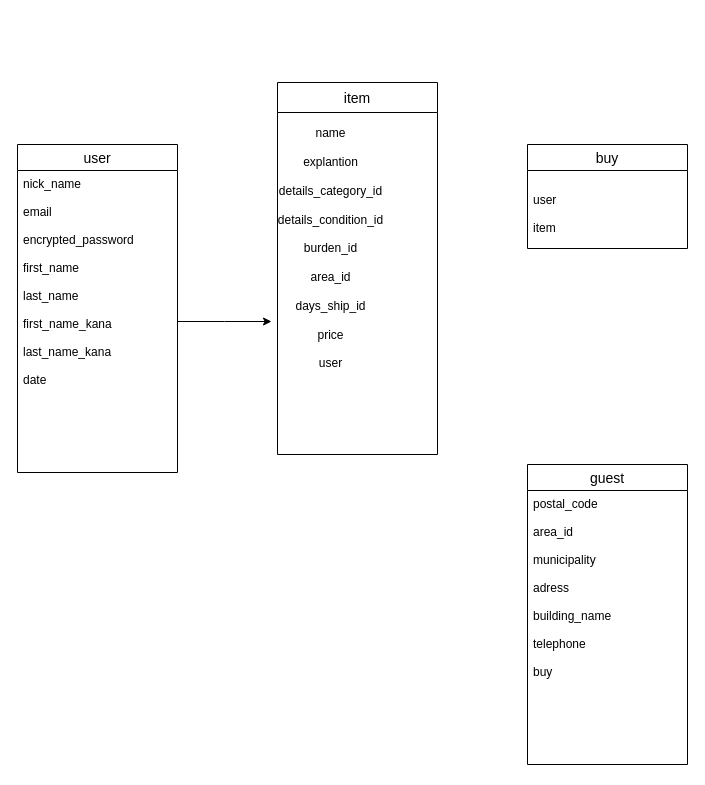
This is furima.dio from seijunhou/furima-34788, a draw.io file, before an edit. Source tidied: cells renumbered, new cells numbered last; positions are measured from the earlier drawing's top-left corner, leaving out a move shared by most shapes. Both pictures are drawn from the tidied source at 100%, with x=0, y=0 at pixel (17, 82).
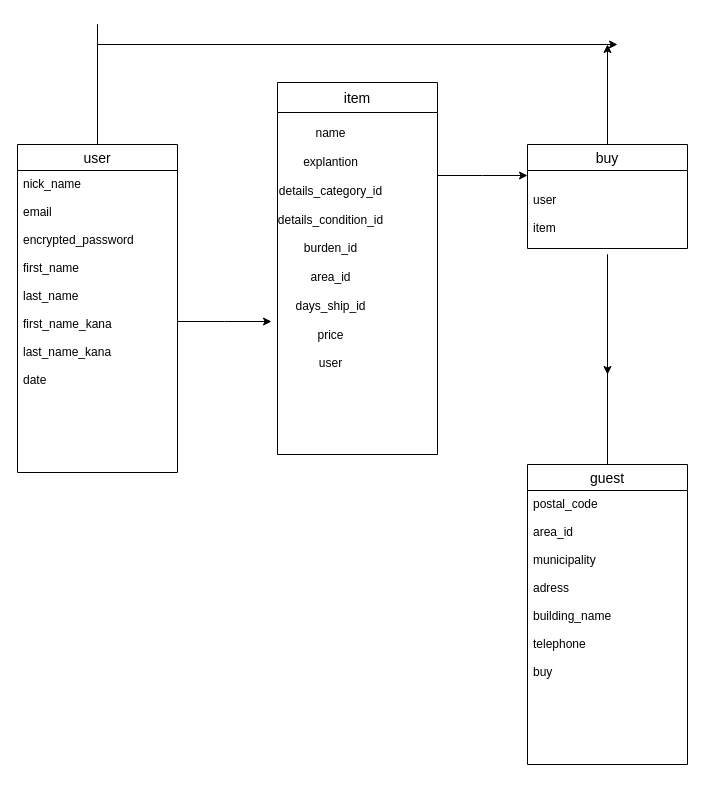
The same diagram, later.

Commit message (it also covers changes not shown here):
データベース設計

The change refers to these unchanged cells:
```xml
<mxCell id="2" value="user" style="swimlane;fontStyle=0;horizontal=1;startSize=26;align=center;fontSize=14;" parent="1" vertex="1">
  <mxGeometry y="62" width="160" height="328" as="geometry" />
</mxCell>
<mxCell id="4" value="item" style="swimlane;fontStyle=0;horizontal=1;startSize=30;align=center;fontSize=14;" parent="1" vertex="1">
  <mxGeometry x="260" width="160" height="372" as="geometry" />
</mxCell>
<mxCell id="5" value="buy" style="swimlane;fontStyle=0;horizontal=1;startSize=26;align=center;fontSize=14;" parent="1" vertex="1">
  <mxGeometry x="510" y="62" width="160" height="104" as="geometry" />
</mxCell>
<mxCell id="6" value="guest" style="swimlane;fontStyle=0;horizontal=1;startSize=26;align=center;fontSize=14;rounded=0;swimlaneLine=1;" parent="1" vertex="1">
  <mxGeometry x="510" y="382" width="160" height="300" as="geometry" />
</mxCell>
```

Diff of the diagram source:
```diff
@@
+    <mxCell id="11" style="edgeStyle=orthogonalEdgeStyle;rounded=0;jettySize=auto;html=1;" parent="1" edge="1" source="2">
+      <mxGeometry relative="1" as="geometry">
+        <mxPoint x="600" y="-38" as="targetPoint" />
+        <Array as="points">
+          <mxPoint x="80" y="-58" />
+          <mxPoint x="80" y="-58" />
+        </Array>
+      </mxGeometry>
+    </mxCell>
@@
+    <mxCell id="12" style="edgeStyle=orthogonalEdgeStyle;rounded=0;jettySize=auto;html=1;exitX=1;exitY=0.25;exitDx=0;exitDy=0;" parent="1" edge="1" source="4">
+      <mxGeometry relative="1" as="geometry">
+        <mxPoint x="510" y="93" as="targetPoint" />
+      </mxGeometry>
+    </mxCell>
@@
+    <mxCell id="13" style="edgeStyle=orthogonalEdgeStyle;rounded=0;jettySize=auto;html=1;exitX=0.5;exitY=0;exitDx=0;exitDy=0;" parent="1" edge="1" source="5">
+      <mxGeometry relative="1" as="geometry">
+        <mxPoint x="590" y="-38" as="targetPoint" />
+      </mxGeometry>
+    </mxCell>
@@
+    <mxCell id="14" style="edgeStyle=orthogonalEdgeStyle;rounded=0;jettySize=auto;html=1;exitX=0.5;exitY=0;exitDx=0;exitDy=0;" parent="1" edge="1" source="6">
+      <mxGeometry relative="1" as="geometry">
+        <mxPoint x="590" y="292" as="targetPoint" />
+        <Array as="points">
+          <mxPoint x="590" y="172" />
+          <mxPoint x="590" y="172" />
+        </Array>
+      </mxGeometry>
+    </mxCell>
```
